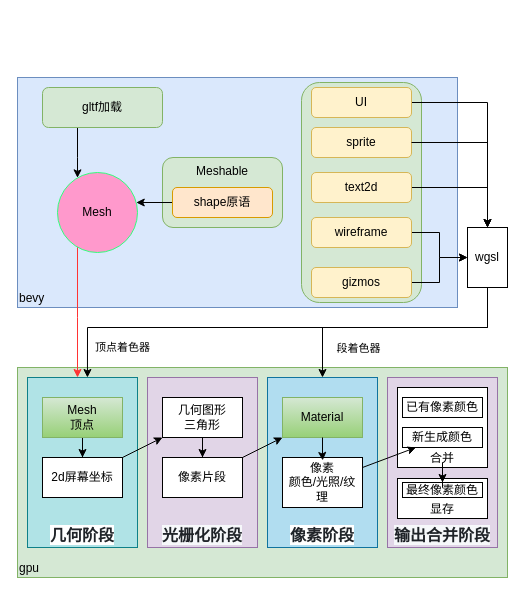
Above: page "网格和材质的渲染" (1 of 4) of bevy-0.17.drawio in topkg/graph (draw.io), before the change. Source tidied: cells renumbered, new cells numbered last; positions are measured from the earlier drawing's top-left corner, leaving out a move shared by most shapes. Both pictures are drawn from the tidied source at 100%, with x=0, y=0 at pixel (17, 77).
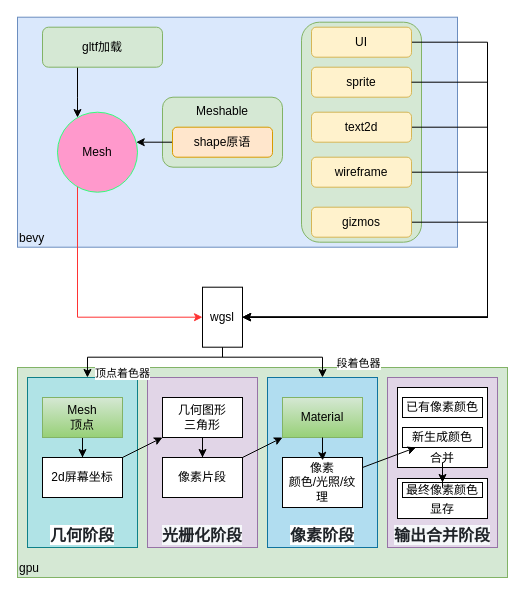
The same page after the edit.

Commit message:
Mesh最终也会转换成着色器代码

Unchanged cells that the change refers to:
```xml
<mxCell id="16" value="&lt;span style=&quot;box-sizing: border-box; font-weight: 600; margin-bottom: 0px; color: rgb(31, 35, 40); font-family: -apple-system, BlinkMacSystemFont, &amp;quot;Segoe UI&amp;quot;, &amp;quot;Noto Sans&amp;quot;, Helvetica, Arial, sans-serif, &amp;quot;Apple Color Emoji&amp;quot;, &amp;quot;Segoe UI Emoji&amp;quot;; font-size: 16px; text-align: -webkit-left; background-color: rgb(255, 255, 255);&quot;&gt;几何阶段&lt;/span&gt;" style="rounded=0;whiteSpace=wrap;html=1;verticalAlign=bottom;fillColor=#b0e3e6;strokeColor=#0e8088;" parent="1" vertex="1">
  <mxGeometry x="10" y="300" width="110" height="170" as="geometry" />
</mxCell>
<mxCell id="18" value="&lt;span style=&quot;box-sizing: border-box; font-weight: 600; margin-bottom: 0px; color: rgb(31, 35, 40); font-family: -apple-system, BlinkMacSystemFont, &amp;quot;Segoe UI&amp;quot;, &amp;quot;Noto Sans&amp;quot;, Helvetica, Arial, sans-serif, &amp;quot;Apple Color Emoji&amp;quot;, &amp;quot;Segoe UI Emoji&amp;quot;; font-size: 16px; text-align: -webkit-left; background-color: rgb(255, 255, 255);&quot;&gt;像素阶段&lt;/span&gt;" style="rounded=0;whiteSpace=wrap;html=1;verticalAlign=bottom;fillColor=#b1ddf0;strokeColor=#10739e;" parent="1" vertex="1">
  <mxGeometry x="250" y="300" width="110" height="170" as="geometry" />
</mxCell>
```

What changed in the source:
```diff
@@
     <mxCell id="2" value="bevy" style="rounded=0;whiteSpace=wrap;html=1;fillColor=#dae8fc;strokeColor=#6c8ebf;align=left;verticalAlign=bottom;" parent="1" vertex="1">
-      <mxGeometry width="440" height="230" as="geometry" />
+      <mxGeometry y="-60.3" width="440" height="230" as="geometry" />
     </mxCell>
     <mxCell id="3" style="rounded=1;whiteSpace=wrap;html=1;fillColor=#d5e8d4;strokeColor=#82b366;" parent="1" vertex="1">
-      <mxGeometry x="284" y="5" width="120" height="220" as="geometry" />
+      <mxGeometry x="284" y="-55.3" width="120" height="220" as="geometry" />
     </mxCell>
@@
     <mxCell id="5" value="sprite" style="rounded=1;whiteSpace=wrap;html=1;fillColor=#fff2cc;strokeColor=#d6b656;" parent="1" vertex="1">
-      <mxGeometry x="294" y="50" width="100" height="30" as="geometry" />
+      <mxGeometry x="294" y="-10.3" width="100" height="30" as="geometry" />
     </mxCell>
     <mxCell id="6" style="edgeStyle=orthogonalEdgeStyle;rounded=0;jettySize=auto;html=1;" parent="1" edge="1" source="7" target="42">
-      <mxGeometry relative="1" as="geometry" />
+      <mxGeometry relative="1" as="geometry">
+        <Array as="points">
+          <mxPoint x="470" y="49.7" />
+          <mxPoint x="470" y="239.7" />
+        </Array>
+      </mxGeometry>
     </mxCell>
     <mxCell id="7" value="text2d" style="rounded=1;whiteSpace=wrap;html=1;fillColor=#fff2cc;strokeColor=#d6b656;" parent="1" vertex="1">
-      <mxGeometry x="294" y="95" width="100" height="30" as="geometry" />
+      <mxGeometry x="294" y="34.7" width="100" height="30" as="geometry" />
     </mxCell>
     <mxCell id="8" style="edgeStyle=orthogonalEdgeStyle;rounded=0;jettySize=auto;html=1;" parent="1" edge="1" source="9" target="42">
-      <mxGeometry relative="1" as="geometry" />
+      <mxGeometry relative="1" as="geometry">
+        <Array as="points">
+          <mxPoint x="470" y="94.7" />
+          <mxPoint x="470" y="239.7" />
+        </Array>
+      </mxGeometry>
     </mxCell>
     <mxCell id="9" value="wireframe" style="rounded=1;whiteSpace=wrap;html=1;fillColor=#fff2cc;strokeColor=#d6b656;" parent="1" vertex="1">
-      <mxGeometry x="294" y="140" width="100" height="30" as="geometry" />
+      <mxGeometry x="294" y="79.7" width="100" height="30" as="geometry" />
     </mxCell>
     <mxCell id="10" value="Meshable" style="rounded=1;whiteSpace=wrap;html=1;verticalAlign=top;fillColor=#d5e8d4;strokeColor=#82b366;" parent="1" vertex="1">
-      <mxGeometry x="145" y="80" width="120" height="70" as="geometry" />
+      <mxGeometry x="145" y="19.7" width="120" height="70" as="geometry" />
     </mxCell>
     <mxCell id="11" style="edgeStyle=orthogonalEdgeStyle;rounded=0;jettySize=auto;html=1;" parent="1" edge="1" source="12" target="48">
       <mxGeometry relative="1" as="geometry">
         <Array as="points">
-          <mxPoint x="170" y="130" />
-          <mxPoint x="170" y="130" />
+          <mxPoint x="170" y="69.7" />
+          <mxPoint x="170" y="69.7" />
         </Array>
       </mxGeometry>
     </mxCell>
     <mxCell id="12" value="shape原语" style="rounded=1;whiteSpace=wrap;html=1;fillColor=#ffe6cc;strokeColor=#d79b00;" parent="1" vertex="1">
-      <mxGeometry x="155" y="110" width="100" height="30" as="geometry" />
+      <mxGeometry x="155" y="49.7" width="100" height="30" as="geometry" />
     </mxCell>
     <mxCell id="13" style="edgeStyle=orthogonalEdgeStyle;rounded=0;jettySize=auto;html=1;" parent="1" edge="1" source="42" target="18">
       <mxGeometry relative="1" as="geometry">
         <Array as="points">
-          <mxPoint x="470" y="250" />
-          <mxPoint x="305" y="250" />
+          <mxPoint x="205" y="279.7" />
+          <mxPoint x="305" y="279.7" />
         </Array>
       </mxGeometry>
     </mxCell>
@@
     <mxCell id="15" style="edgeStyle=orthogonalEdgeStyle;rounded=0;jettySize=auto;html=1;" parent="1" edge="1" source="5" target="42">
       <mxGeometry relative="1" as="geometry">
         <Array as="points">
-          <mxPoint x="470" y="65" />
+          <mxPoint x="470" y="4.7" />
         </Array>
       </mxGeometry>
     </mxCell>
@@
     <mxCell id="35" style="edgeStyle=orthogonalEdgeStyle;rounded=0;jettySize=auto;html=1;entryX=0.545;entryY=0;entryDx=0;entryDy=0;entryPerimeter=0;" parent="1" edge="1" source="42" target="16">
       <mxGeometry relative="1" as="geometry">
         <Array as="points">
-          <mxPoint x="470" y="250" />
-          <mxPoint x="70" y="250" />
+          <mxPoint x="205" y="279.7" />
+          <mxPoint x="70" y="279.7" />
         </Array>
       </mxGeometry>
     </mxCell>
@@
     <mxCell id="40" style="edgeStyle=orthogonalEdgeStyle;rounded=0;jettySize=auto;html=1;" parent="1" edge="1" source="41" target="42">
-      <mxGeometry relative="1" as="geometry" />
+      <mxGeometry relative="1" as="geometry">
+        <Array as="points">
+          <mxPoint x="470" y="144.7" />
+          <mxPoint x="470" y="239.7" />
+        </Array>
+      </mxGeometry>
     </mxCell>
     <mxCell id="41" value="gizmos" style="rounded=1;whiteSpace=wrap;html=1;fillColor=#fff2cc;strokeColor=#d6b656;" parent="1" vertex="1">
-      <mxGeometry x="294" y="190" width="100" height="30" as="geometry" />
+      <mxGeometry x="294" y="129.7" width="100" height="30" as="geometry" />
     </mxCell>
     <mxCell id="42" value="wgsl" style="rounded=0;whiteSpace=wrap;html=1;" parent="1" vertex="1">
-      <mxGeometry x="450" y="150" width="40" height="60" as="geometry" />
+      <mxGeometry x="185" y="209.7" width="40" height="60" as="geometry" />
     </mxCell>
     <mxCell id="43" style="edgeStyle=orthogonalEdgeStyle;rounded=0;jettySize=auto;html=1;" parent="1" edge="1" source="44" target="42">
-      <mxGeometry relative="1" as="geometry" />
+      <mxGeometry relative="1" as="geometry">
+        <Array as="points">
+          <mxPoint x="470" y="-35.3" />
+          <mxPoint x="470" y="239.7" />
+        </Array>
+      </mxGeometry>
     </mxCell>
     <mxCell id="44" value="UI" style="rounded=1;whiteSpace=wrap;html=1;fillColor=#fff2cc;strokeColor=#d6b656;" parent="1" vertex="1">
-      <mxGeometry x="294" y="10" width="100" height="30" as="geometry" />
+      <mxGeometry x="294" y="-50.3" width="100" height="30" as="geometry" />
     </mxCell>
     <mxCell id="45" style="edgeStyle=orthogonalEdgeStyle;rounded=0;jettySize=auto;html=1;" parent="1" edge="1" source="46" target="48">
       <mxGeometry relative="1" as="geometry">
         <Array as="points">
-          <mxPoint x="60" y="80" />
-          <mxPoint x="60" y="80" />
+          <mxPoint x="60" y="19.7" />
+          <mxPoint x="60" y="19.7" />
         </Array>
       </mxGeometry>
     </mxCell>
     <mxCell id="46" value="gltf加载" style="rounded=1;whiteSpace=wrap;html=1;fillColor=#d5e8d4;strokeColor=#82b366;" parent="1" vertex="1">
-      <mxGeometry x="25" y="10" width="120" height="40" as="geometry" />
+      <mxGeometry x="25" y="-50.3" width="120" height="40" as="geometry" />
     </mxCell>
-    <mxCell id="47" style="edgeStyle=orthogonalEdgeStyle;rounded=0;jettySize=auto;html=1;strokeColor=#FF3333;" parent="1" edge="1" source="48" target="16">
+    <mxCell id="47" style="edgeStyle=orthogonalEdgeStyle;rounded=0;jettySize=auto;html=1;strokeColor=#FF3333;" parent="1" edge="1" source="48" target="42">
       <mxGeometry relative="1" as="geometry">
         <Array as="points">
-          <mxPoint x="60" y="240" />
-          <mxPoint x="60" y="240" />
+          <mxPoint x="60" y="239.7" />
         </Array>
       </mxGeometry>
     </mxCell>
     <mxCell id="48" value="Mesh" style="ellipse;whiteSpace=wrap;html=1;strokeColor=#33FF7C;fillColor=#FF99CC;" parent="1" vertex="1">
-      <mxGeometry x="40" y="95" width="80" height="80" as="geometry" />
+      <mxGeometry x="40" y="34.7" width="80" height="80" as="geometry" />
     </mxCell>
```
